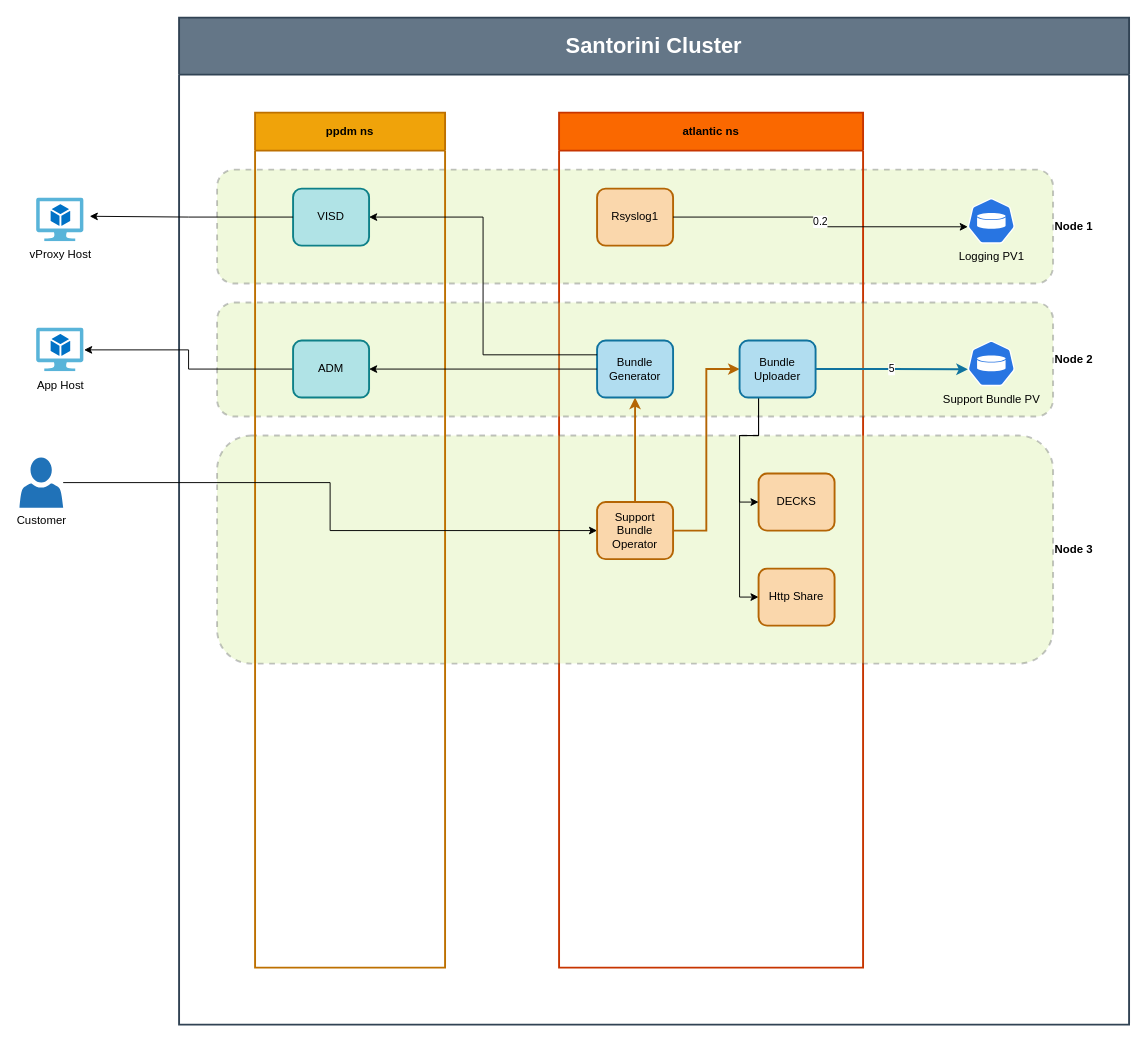
Before: page "Logging Solution" (15 of 15) of st/K8S_Logging.drawio in gaivin/drawio, a draw.io diagram. Source tidied: cells renumbered, new cells numbered last; positions are measured from the earlier drawing's top-left corner, leaving out a move shared by most shapes. Both pictures are drawn from the tidied source at 95%, with x=0, y=0 at pixel (19, 17).
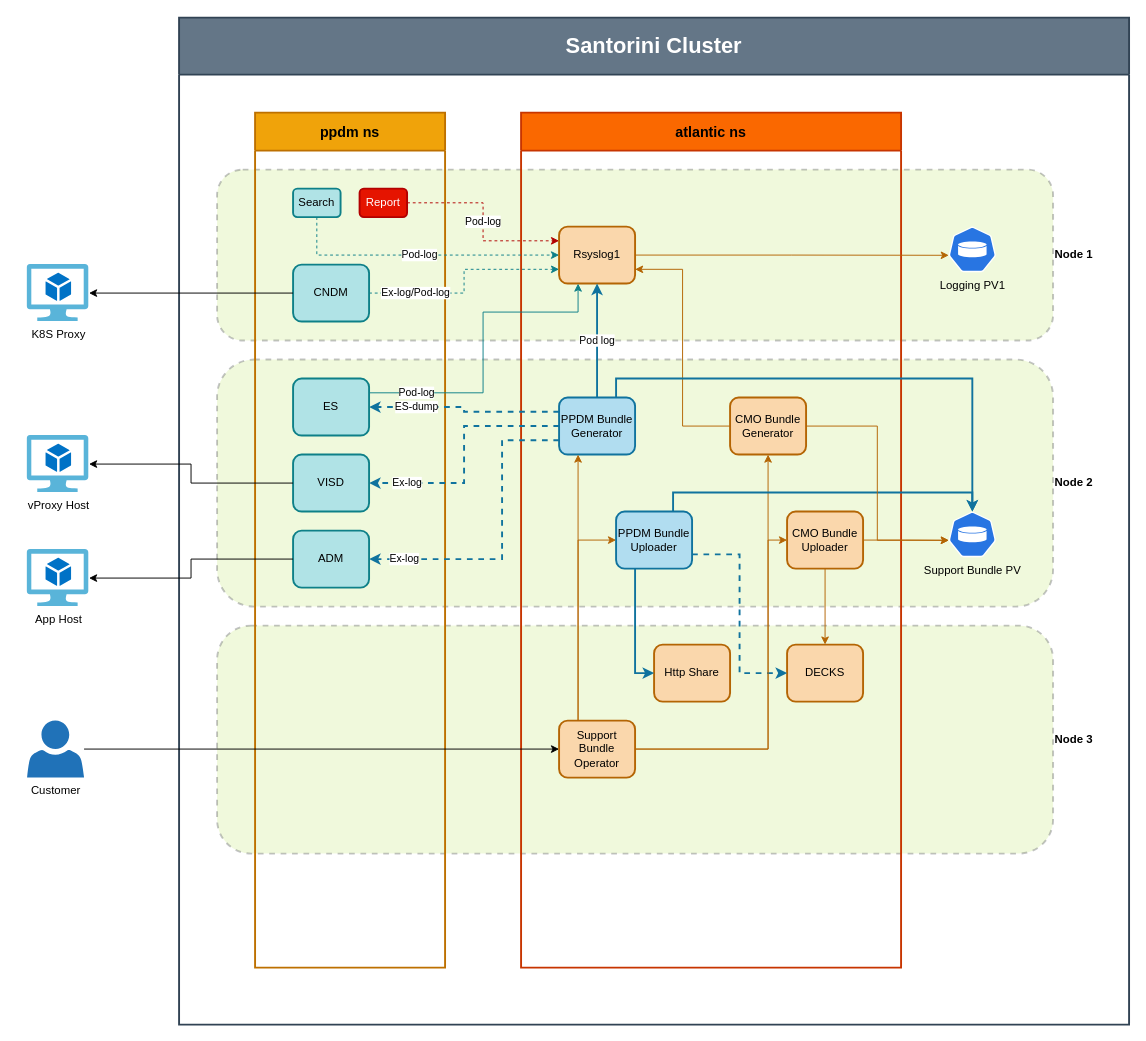
Above is the later version.

The change refers to these unchanged cells:
```xml
<mxCell id="2" value="Santorini Cluster" style="swimlane;whiteSpace=wrap;html=1;fillColor=#647687;strokeColor=#314354;strokeWidth=2;startSize=60;fontColor=#ffffff;fontSize=23;" parent="1" vertex="1">
  <mxGeometry x="168" width="1000" height="1060" as="geometry" />
</mxCell>
```

The edit, as a diff of the source:
```diff
@@
+    <mxCell id="6" value="Node 3" style="rounded=1;whiteSpace=wrap;html=1;fillColor=#cdeb8b;strokeColor=#36393d;opacity=30;labelPosition=right;verticalLabelPosition=middle;align=left;verticalAlign=middle;dashed=1;strokeWidth=2;fontStyle=1;" parent="2" vertex="1">
+      <mxGeometry x="40" y="640" width="880" height="240" as="geometry" />
+    </mxCell>
+    <mxCell id="5" value="Node 2" style="rounded=1;whiteSpace=wrap;html=1;fillColor=#cdeb8b;strokeColor=#36393d;opacity=30;labelPosition=right;verticalLabelPosition=middle;align=left;verticalAlign=middle;dashed=1;strokeWidth=2;fontStyle=1;" parent="2" vertex="1">
+      <mxGeometry x="40" y="360" width="880" height="260" as="geometry" />
+    </mxCell>
     <mxCell id="3" value="Node 1" style="rounded=1;whiteSpace=wrap;html=1;fillColor=#cdeb8b;strokeColor=#36393d;opacity=30;labelPosition=right;verticalLabelPosition=middle;align=left;verticalAlign=middle;dashed=1;strokeWidth=2;fontStyle=1;" parent="2" vertex="1">
-      <mxGeometry x="40" y="160" width="880" height="120" as="geometry" />
+      <mxGeometry x="40" y="160" width="880" height="180" as="geometry" />
     </mxCell>
-    <mxCell id="4" value="atlantic ns" style="swimlane;whiteSpace=wrap;html=1;fillColor=#fa6800;fontColor=#000000;strokeColor=#C73500;strokeWidth=2;startSize=40;" parent="2" vertex="1">
-      <mxGeometry x="400" y="100" width="320" height="900" as="geometry" />
+    <mxCell id="4" value="atlantic ns" style="swimlane;whiteSpace=wrap;html=1;fillColor=#fa6800;fontColor=#000000;strokeColor=#C73500;strokeWidth=2;startSize=40;fontSize=15;" parent="2" vertex="1">
+      <mxGeometry x="360" y="100" width="400" height="900" as="geometry" />
     </mxCell>
-    <mxCell id="5" value="Node 2" style="rounded=1;whiteSpace=wrap;html=1;fillColor=#cdeb8b;strokeColor=#36393d;opacity=30;labelPosition=right;verticalLabelPosition=middle;align=left;verticalAlign=middle;dashed=1;strokeWidth=2;fontStyle=1;" parent="4" vertex="1">
-      <mxGeometry x="-360" y="200" width="880" height="120" as="geometry" />
-    </mxCell>
-    <mxCell id="6" value="Node 3" style="rounded=1;whiteSpace=wrap;html=1;fillColor=#cdeb8b;strokeColor=#36393d;opacity=30;labelPosition=right;verticalLabelPosition=middle;align=left;verticalAlign=middle;dashed=1;strokeWidth=2;fontStyle=1;" parent="4" vertex="1">
-      <mxGeometry x="-360" y="340" width="880" height="240" as="geometry" />
-    </mxCell>
+    <mxCell id="9" value="Support Bundle&lt;br&gt;Operator" style="rounded=1;whiteSpace=wrap;html=1;fillColor=#fad7ac;strokeColor=#b46504;strokeWidth=2;" parent="4" vertex="1">
+      <mxGeometry x="40" y="640" width="80" height="60" as="geometry" />
+    </mxCell>
+    <mxCell id="14" value="Rsyslog1" style="rounded=1;whiteSpace=wrap;html=1;fillColor=#fad7ac;strokeColor=#b46504;strokeWidth=2;" parent="4" vertex="1">
+      <mxGeometry x="40" y="120" width="80" height="60" as="geometry" />
+    </mxCell>
+    <mxCell id="18" value="Http Share" style="rounded=1;whiteSpace=wrap;html=1;fillColor=#fad7ac;strokeColor=#b46504;strokeWidth=2;" parent="4" vertex="1">
+      <mxGeometry x="140" y="560" width="80" height="60" as="geometry" />
+    </mxCell>
+    <mxCell id="32" value="CMO Bundle&lt;br&gt;Generator" style="rounded=1;whiteSpace=wrap;html=1;fillColor=#fad7ac;strokeColor=#b46504;strokeWidth=2;" parent="4" vertex="1">
+      <mxGeometry x="220" y="300" width="80" height="60" as="geometry" />
+    </mxCell>
+    <mxCell id="33" style="edgeStyle=orthogonalEdgeStyle;rounded=0;jettySize=auto;html=1;exitX=1;exitY=0.5;exitDx=0;exitDy=0;entryX=0.5;entryY=1;entryDx=0;entryDy=0;fillColor=#fad7ac;strokeColor=#b46504;strokeWidth=1;" parent="4" edge="1" source="9" target="32">
+      <mxGeometry relative="1" as="geometry" />
+    </mxCell>
+    <mxCell id="34" style="edgeStyle=orthogonalEdgeStyle;rounded=0;jettySize=auto;html=1;exitX=0;exitY=0.5;exitDx=0;exitDy=0;entryX=1;entryY=0.75;entryDx=0;entryDy=0;fillColor=#fad7ac;strokeColor=#b46504;" parent="4" edge="1" source="32" target="14">
+      <mxGeometry relative="1" as="geometry" />
+    </mxCell>
+    <mxCell id="15" value="PPDM Bundle&lt;br&gt;Generator" style="rounded=1;whiteSpace=wrap;html=1;fillColor=#b1ddf0;strokeColor=#10739e;strokeWidth=2;" parent="4" vertex="1">
+      <mxGeometry x="40" y="300" width="80" height="60" as="geometry" />
+    </mxCell>
+    <mxCell id="35" value="Pod log" style="edgeStyle=orthogonalEdgeStyle;rounded=0;jettySize=auto;html=1;exitX=0.5;exitY=0;exitDx=0;exitDy=0;fillColor=#b1ddf0;strokeColor=#10739e;strokeWidth=2;" parent="4" edge="1" source="15" target="14">
+      <mxGeometry relative="1" as="geometry" />
+    </mxCell>
-    <mxCell id="7" style="edgeStyle=orthogonalEdgeStyle;rounded=0;jettySize=auto;html=1;exitX=0.5;exitY=0;exitDx=0;exitDy=0;fillColor=#fad7ac;strokeColor=#b46504;strokeWidth=2;" parent="4" edge="1" source="9" target="15">
+    <mxCell id="7" style="edgeStyle=orthogonalEdgeStyle;rounded=0;jettySize=auto;html=1;exitX=0.25;exitY=0;exitDx=0;exitDy=0;fillColor=#fad7ac;strokeColor=#b46504;strokeWidth=1;entryX=0.25;entryY=1;entryDx=0;entryDy=0;" parent="4" edge="1" source="9" target="15">
       <mxGeometry relative="1" as="geometry" />
     </mxCell>
-    <mxCell id="8" style="edgeStyle=orthogonalEdgeStyle;rounded=0;jettySize=auto;html=1;exitX=1;exitY=0.5;exitDx=0;exitDy=0;entryX=0;entryY=0.5;entryDx=0;entryDy=0;fillColor=#fad7ac;strokeColor=#b46504;strokeWidth=2;" parent="4" edge="1" source="9" target="13">
-      <mxGeometry relative="1" as="geometry" />
-    </mxCell>
-    <mxCell id="9" value="Support Bundle&lt;br&gt;Operator" style="rounded=1;whiteSpace=wrap;html=1;fillColor=#fad7ac;strokeColor=#b46504;strokeWidth=2;" parent="4" vertex="1">
-      <mxGeometry x="40" y="410" width="80" height="60" as="geometry" />
-    </mxCell>
-    <mxCell id="10" value="DECKS" style="rounded=1;whiteSpace=wrap;html=1;fillColor=#fad7ac;strokeColor=#b46504;strokeWidth=2;" parent="4" vertex="1">
-      <mxGeometry x="210" y="380" width="80" height="60" as="geometry" />
-    </mxCell>
-    <mxCell id="11" style="edgeStyle=orthogonalEdgeStyle;rounded=0;jettySize=auto;html=1;exitX=0.25;exitY=1;exitDx=0;exitDy=0;entryX=0;entryY=0.5;entryDx=0;entryDy=0;" parent="4" edge="1" source="13" target="10">
-      <mxGeometry relative="1" as="geometry" />
-    </mxCell>
-    <mxCell id="12" style="edgeStyle=orthogonalEdgeStyle;rounded=0;jettySize=auto;html=1;exitX=0.25;exitY=1;exitDx=0;exitDy=0;entryX=0;entryY=0.5;entryDx=0;entryDy=0;" parent="4" edge="1" source="13" target="18">
-      <mxGeometry relative="1" as="geometry">
-        <Array as="points">
-          <mxPoint x="210" y="340" />
-          <mxPoint x="190" y="340" />
-          <mxPoint x="190" y="510" />
-        </Array>
-      </mxGeometry>
-    </mxCell>
-    <mxCell id="13" value="Bundle&lt;br&gt;Uploader" style="rounded=1;whiteSpace=wrap;html=1;fillColor=#b1ddf0;strokeColor=#10739e;strokeWidth=2;" parent="4" vertex="1">
-      <mxGeometry x="190" y="240" width="80" height="60" as="geometry" />
-    </mxCell>
-    <mxCell id="14" value="Rsyslog1" style="rounded=1;whiteSpace=wrap;html=1;fillColor=#fad7ac;strokeColor=#b46504;strokeWidth=2;" parent="4" vertex="1">
-      <mxGeometry x="40" y="80" width="80" height="60" as="geometry" />
-    </mxCell>
-    <mxCell id="15" value="Bundle&lt;br&gt;Generator" style="rounded=1;whiteSpace=wrap;html=1;fillColor=#b1ddf0;strokeColor=#10739e;strokeWidth=2;" parent="4" vertex="1">
-      <mxGeometry x="40" y="240" width="80" height="60" as="geometry" />
-    </mxCell>
-    <mxCell id="16" value="Support Bundle PV" style="sketch=0;html=1;dashed=0;whitespace=wrap;fillColor=#2875E2;strokeColor=#ffffff;points=[[0.005,0.63,0],[0.1,0.2,0],[0.9,0.2,0],[0.5,0,0],[0.995,0.63,0],[0.72,0.99,0],[0.5,1,0],[0.28,0.99,0]];verticalLabelPosition=bottom;align=center;verticalAlign=top;shape=mxgraph.kubernetes.icon;prIcon=pv;" parent="4" vertex="1">
-      <mxGeometry x="430" y="240" width="50" height="48" as="geometry" />
-    </mxCell>
-    <mxCell id="17" value="5" style="edgeStyle=orthogonalEdgeStyle;rounded=0;jettySize=auto;html=1;exitX=1;exitY=0.5;exitDx=0;exitDy=0;entryX=0.005;entryY=0.63;entryDx=0;entryDy=0;entryPerimeter=0;strokeWidth=2;fillColor=#b1ddf0;strokeColor=#10739e;" parent="4" edge="1" source="13" target="16">
-      <mxGeometry relative="1" as="geometry" />
-    </mxCell>
-    <mxCell id="18" value="Http Share" style="rounded=1;whiteSpace=wrap;html=1;fillColor=#fad7ac;strokeColor=#b46504;strokeWidth=2;" parent="4" vertex="1">
-      <mxGeometry x="210" y="480" width="80" height="60" as="geometry" />
-    </mxCell>
     <mxCell id="19" value="Logging PV1" style="sketch=0;html=1;dashed=0;whitespace=wrap;fillColor=#2875E2;strokeColor=#ffffff;points=[[0.005,0.63,0],[0.1,0.2,0],[0.9,0.2,0],[0.5,0,0],[0.995,0.63,0],[0.72,0.99,0],[0.5,1,0],[0.28,0.99,0]];verticalLabelPosition=bottom;align=center;verticalAlign=top;shape=mxgraph.kubernetes.icon;prIcon=pv;" parent="2" vertex="1">
-      <mxGeometry x="830" y="190" width="50" height="48" as="geometry" />
+      <mxGeometry x="810" y="220" width="50" height="48" as="geometry" />
     </mxCell>
-    <mxCell id="20" value="0.2" style="edgeStyle=orthogonalEdgeStyle;rounded=0;jettySize=auto;html=1;exitX=1;exitY=0.5;exitDx=0;exitDy=0;entryX=0.005;entryY=0.63;entryDx=0;entryDy=0;entryPerimeter=0;" parent="2" edge="1" source="14" target="19">
+    <mxCell id="20" style="edgeStyle=orthogonalEdgeStyle;rounded=0;jettySize=auto;html=1;exitX=1;exitY=0.5;exitDx=0;exitDy=0;entryX=0.005;entryY=0.63;entryDx=0;entryDy=0;entryPerimeter=0;fillColor=#fad7ac;strokeColor=#b46504;" parent="2" edge="1" source="14" target="19">
       <mxGeometry relative="1" as="geometry" />
     </mxCell>
-    <mxCell id="21" value="ppdm ns" style="swimlane;whiteSpace=wrap;html=1;fillColor=#f0a30a;fontColor=#000000;strokeColor=#BD7000;strokeWidth=2;startSize=40;" parent="2" vertex="1">
+    <mxCell id="21" value="ppdm ns" style="swimlane;whiteSpace=wrap;html=1;fillColor=#f0a30a;fontColor=#000000;strokeColor=#BD7000;strokeWidth=2;startSize=40;fontSize=15;" parent="2" vertex="1">
       <mxGeometry x="80" y="100" width="200" height="900" as="geometry" />
     </mxCell>
+    <mxCell id="36" value="CNDM" style="rounded=1;whiteSpace=wrap;html=1;fillColor=#b0e3e6;strokeColor=#0e8088;strokeWidth=2;" parent="21" vertex="1">
+      <mxGeometry x="40" y="160" width="80" height="60" as="geometry" />
+    </mxCell>
+    <mxCell id="37" value="Search" style="rounded=1;whiteSpace=wrap;html=1;fillColor=#b0e3e6;strokeColor=#0e8088;strokeWidth=2;" parent="21" vertex="1">
+      <mxGeometry x="40" y="80" width="50" height="30" as="geometry" />
+    </mxCell>
+    <mxCell id="38" value="Report" style="rounded=1;whiteSpace=wrap;html=1;fillColor=#e51400;strokeColor=#B20000;strokeWidth=2;fontColor=#ffffff;" parent="21" vertex="1">
+      <mxGeometry x="110" y="80" width="50" height="30" as="geometry" />
+    </mxCell>
     <mxCell id="22" value="VISD" style="rounded=1;whiteSpace=wrap;html=1;fillColor=#b0e3e6;strokeColor=#0e8088;strokeWidth=2;" parent="21" vertex="1">
-      <mxGeometry x="40" y="80" width="80" height="60" as="geometry" />
+      <mxGeometry x="40" y="360" width="80" height="60" as="geometry" />
     </mxCell>
-    <mxCell id="23" style="edgeStyle=orthogonalEdgeStyle;rounded=0;jettySize=auto;html=1;exitX=0;exitY=0.25;exitDx=0;exitDy=0;entryX=1;entryY=0.5;entryDx=0;entryDy=0;" parent="2" edge="1" source="15" target="22">
-      <mxGeometry relative="1" as="geometry" />
+    <mxCell id="23" value="Ex-log" style="edgeStyle=orthogonalEdgeStyle;rounded=0;jettySize=auto;html=1;exitX=0;exitY=0.5;exitDx=0;exitDy=0;fillColor=#b1ddf0;strokeColor=#10739e;strokeWidth=2;dashed=1;" parent="2" edge="1" source="15" target="22">
+      <mxGeometry x="0.69" relative="1" as="geometry" />
     </mxCell>
+    <mxCell id="10" value="DECKS" style="rounded=1;whiteSpace=wrap;html=1;fillColor=#fad7ac;strokeColor=#b46504;strokeWidth=2;" parent="2" vertex="1">
+      <mxGeometry x="640" y="660" width="80" height="60" as="geometry" />
+    </mxCell>
+    <mxCell id="11" style="edgeStyle=orthogonalEdgeStyle;rounded=0;jettySize=auto;html=1;exitX=0.25;exitY=1;exitDx=0;exitDy=0;entryX=0;entryY=0.5;entryDx=0;entryDy=0;fillColor=#b1ddf0;strokeColor=#10739e;strokeWidth=2;" parent="2" edge="1" source="13" target="18">
+      <mxGeometry relative="1" as="geometry" />
+    </mxCell>
+    <mxCell id="16" value="Support Bundle PV" style="sketch=0;html=1;dashed=0;whitespace=wrap;fillColor=#2875E2;strokeColor=#ffffff;points=[[0.005,0.63,0],[0.1,0.2,0],[0.9,0.2,0],[0.5,0,0],[0.995,0.63,0],[0.72,0.99,0],[0.5,1,0],[0.28,0.99,0]];verticalLabelPosition=bottom;align=center;verticalAlign=top;shape=mxgraph.kubernetes.icon;prIcon=pv;" parent="2" vertex="1">
+      <mxGeometry x="810" y="520" width="50" height="48" as="geometry" />
+    </mxCell>
+    <mxCell id="17" style="edgeStyle=orthogonalEdgeStyle;rounded=0;jettySize=auto;html=1;exitX=1;exitY=0.5;exitDx=0;exitDy=0;entryX=0.005;entryY=0.63;entryDx=0;entryDy=0;entryPerimeter=0;strokeWidth=1;fillColor=#fad7ac;strokeColor=#b46504;" parent="2" edge="1" source="48" target="16">
+      <mxGeometry relative="1" as="geometry" />
+    </mxCell>
+    <mxCell id="39" style="edgeStyle=orthogonalEdgeStyle;rounded=0;jettySize=auto;html=1;exitX=0.75;exitY=0;exitDx=0;exitDy=0;entryX=0.5;entryY=0;entryDx=0;entryDy=0;entryPerimeter=0;fillColor=#b1ddf0;strokeColor=#10739e;strokeWidth=2;" parent="2" edge="1" source="15" target="16">
+      <mxGeometry relative="1" as="geometry">
+        <Array as="points">
+          <mxPoint x="460" y="380" />
+          <mxPoint x="835" y="380" />
+        </Array>
+      </mxGeometry>
+    </mxCell>
+    <mxCell id="30" value="ADM" style="rounded=1;whiteSpace=wrap;html=1;fillColor=#b0e3e6;strokeColor=#0e8088;strokeWidth=2;" parent="2" vertex="1">
+      <mxGeometry x="120" y="540" width="80" height="60" as="geometry" />
+    </mxCell>
+    <mxCell id="31" value="Ex-log" style="edgeStyle=orthogonalEdgeStyle;rounded=0;jettySize=auto;html=1;exitX=0;exitY=0.75;exitDx=0;exitDy=0;entryX=1;entryY=0.5;entryDx=0;entryDy=0;strokeWidth=2;fillColor=#b1ddf0;strokeColor=#10739e;dashed=1;" parent="2" edge="1" source="15" target="30">
+      <mxGeometry x="0.77" relative="1" as="geometry">
+        <Array as="points">
+          <mxPoint x="340" y="445" />
+          <mxPoint x="340" y="570" />
+        </Array>
+      </mxGeometry>
+    </mxCell>
+    <mxCell id="40" value="Pod-log" style="edgeStyle=orthogonalEdgeStyle;rounded=0;jettySize=auto;html=1;exitX=1;exitY=0.5;exitDx=0;exitDy=0;entryX=0;entryY=0.25;entryDx=0;entryDy=0;fillColor=#e51400;strokeColor=#B20000;dashed=1;" parent="2" edge="1" source="38" target="14">
+      <mxGeometry relative="1" as="geometry" />
+    </mxCell>
+    <mxCell id="41" value="Ex-log/Pod-log" style="edgeStyle=orthogonalEdgeStyle;rounded=0;jettySize=auto;html=1;exitX=1;exitY=0.5;exitDx=0;exitDy=0;entryX=0;entryY=0.75;entryDx=0;entryDy=0;fillColor=#b0e3e6;strokeColor=#0e8088;dashed=1;" parent="2" edge="1" source="36" target="14">
+      <mxGeometry x="-0.56" relative="1" as="geometry" />
+    </mxCell>
+    <mxCell id="42" style="edgeStyle=orthogonalEdgeStyle;rounded=0;jettySize=auto;html=1;exitX=1;exitY=0.75;exitDx=0;exitDy=0;entryX=0;entryY=0.5;entryDx=0;entryDy=0;fillColor=#b1ddf0;strokeColor=#10739e;dashed=1;strokeWidth=2;" parent="2" edge="1" source="13" target="10">
+      <mxGeometry relative="1" as="geometry" />
+    </mxCell>
+    <mxCell id="13" value="PPDM Bundle&lt;br&gt;Uploader" style="rounded=1;whiteSpace=wrap;html=1;fillColor=#b1ddf0;strokeColor=#10739e;strokeWidth=2;" parent="2" vertex="1">
+      <mxGeometry x="460" y="520" width="80" height="60" as="geometry" />
+    </mxCell>
+    <mxCell id="8" style="edgeStyle=orthogonalEdgeStyle;rounded=0;jettySize=auto;html=1;exitX=0.25;exitY=0;exitDx=0;exitDy=0;entryX=0;entryY=0.5;entryDx=0;entryDy=0;fillColor=#fad7ac;strokeColor=#b46504;strokeWidth=1;" parent="2" edge="1" source="9" target="13">
+      <mxGeometry relative="1" as="geometry" />
+    </mxCell>
+    <mxCell id="43" value="ES-dump" style="edgeStyle=orthogonalEdgeStyle;rounded=0;jettySize=auto;html=1;exitX=0;exitY=0.25;exitDx=0;exitDy=0;entryX=1;entryY=0.5;entryDx=0;entryDy=0;dashed=1;fillColor=#b1ddf0;strokeColor=#10739e;strokeWidth=2;" parent="2" edge="1" source="15" target="51">
+      <mxGeometry x="0.51" relative="1" as="geometry" />
+    </mxCell>
+    <mxCell id="44" style="edgeStyle=orthogonalEdgeStyle;rounded=0;jettySize=auto;html=1;exitX=0.75;exitY=0;exitDx=0;exitDy=0;entryX=0.5;entryY=0;entryDx=0;entryDy=0;entryPerimeter=0;strokeWidth=2;fillColor=#b1ddf0;strokeColor=#10739e;" parent="2" edge="1" source="13" target="16">
+      <mxGeometry relative="1" as="geometry">
+        <Array as="points">
+          <mxPoint x="520" y="500" />
+          <mxPoint x="835" y="500" />
+        </Array>
+      </mxGeometry>
+    </mxCell>
+    <mxCell id="45" style="edgeStyle=elbowEdgeStyle;rounded=0;jettySize=auto;html=1;exitX=1;exitY=0.5;exitDx=0;exitDy=0;entryX=0;entryY=0.5;entryDx=0;entryDy=0;fillColor=#fad7ac;strokeColor=#b46504;strokeWidth=1;" parent="2" edge="1" source="9" target="48">
+      <mxGeometry relative="1" as="geometry">
+        <Array as="points">
+          <mxPoint x="620" y="660" />
+        </Array>
+      </mxGeometry>
+    </mxCell>
+    <mxCell id="46" style="edgeStyle=orthogonalEdgeStyle;rounded=0;jettySize=auto;html=1;exitX=1;exitY=0.5;exitDx=0;exitDy=0;entryX=0.005;entryY=0.63;entryDx=0;entryDy=0;entryPerimeter=0;fillColor=#fad7ac;strokeColor=#b46504;" parent="2" edge="1" source="32" target="16">
+      <mxGeometry relative="1" as="geometry" />
+    </mxCell>
+    <mxCell id="47" style="edgeStyle=orthogonalEdgeStyle;rounded=0;jettySize=auto;html=1;exitX=0.5;exitY=1;exitDx=0;exitDy=0;fillColor=#fad7ac;strokeColor=#b46504;entryX=0.5;entryY=0;entryDx=0;entryDy=0;" parent="2" edge="1" source="48" target="10">
+      <mxGeometry relative="1" as="geometry" />
+    </mxCell>
+    <mxCell id="48" value="CMO Bundle&lt;br&gt;Uploader" style="rounded=1;whiteSpace=wrap;html=1;fillColor=#fad7ac;strokeColor=#b46504;strokeWidth=2;" parent="2" vertex="1">
+      <mxGeometry x="640" y="520" width="80" height="60" as="geometry" />
+    </mxCell>
+    <mxCell id="49" value="Pod-log" style="edgeStyle=orthogonalEdgeStyle;rounded=0;jettySize=auto;html=1;exitX=0.5;exitY=1;exitDx=0;exitDy=0;entryX=0;entryY=0.5;entryDx=0;entryDy=0;fillColor=#b0e3e6;strokeColor=#0e8088;dashed=1;" parent="2" edge="1" source="37" target="14">
+      <mxGeometry relative="1" as="geometry" />
+    </mxCell>
+    <mxCell id="50" value="Pod-log" style="edgeStyle=orthogonalEdgeStyle;rounded=0;jettySize=auto;html=1;exitX=1;exitY=0.25;exitDx=0;exitDy=0;entryX=0.25;entryY=1;entryDx=0;entryDy=0;fillColor=#b0e3e6;strokeColor=#0e8088;" parent="2" edge="1" source="51" target="14">
+      <mxGeometry x="-0.7" relative="1" as="geometry">
+        <Array as="points">
+          <mxPoint x="320" y="395" />
+          <mxPoint x="320" y="310" />
+          <mxPoint x="420" y="310" />
+        </Array>
+      </mxGeometry>
+    </mxCell>
+    <mxCell id="51" value="ES" style="rounded=1;whiteSpace=wrap;html=1;fillColor=#b0e3e6;strokeColor=#0e8088;strokeWidth=2;" parent="2" vertex="1">
+      <mxGeometry x="120" y="380" width="80" height="60" as="geometry" />
+    </mxCell>
     <mxCell id="24" value="vProxy Host" style="image;sketch=0;html=1;points=[];align=center;fontSize=12;image=img/lib/mscae/Virtual_Machine_2.svg;" parent="1" vertex="1">
-      <mxGeometry x="18" y="190" width="50" height="46" as="geometry" />
+      <mxGeometry x="8" y="440" width="65.2" height="60" as="geometry" />
     </mxCell>
     <mxCell id="25" value="App Host" style="image;sketch=0;html=1;points=[];align=center;fontSize=12;image=img/lib/mscae/Virtual_Machine_2.svg;" parent="1" vertex="1">
-      <mxGeometry x="18" y="326.8" width="50" height="46" as="geometry" />
+      <mxGeometry x="8" y="560" width="65.2" height="60" as="geometry" />
     </mxCell>
@@
     <mxCell id="27" value="Customer" style="sketch=0;shadow=0;dashed=0;html=1;strokeColor=none;labelPosition=center;verticalLabelPosition=bottom;verticalAlign=top;outlineConnect=0;align=center;shape=mxgraph.office.users.user;fillColor=#2072B8;" parent="1" vertex="1">
-      <mxGeometry y="463" width="46" height="53" as="geometry" />
+      <mxGeometry x="8" y="740" width="60" height="60" as="geometry" />
     </mxCell>
-    <mxCell id="28" style="edgeStyle=orthogonalEdgeStyle;rounded=0;jettySize=auto;html=1;exitX=0;exitY=0.5;exitDx=0;exitDy=0;entryX=1.119;entryY=0.417;entryDx=0;entryDy=0;entryPerimeter=0;" parent="1" edge="1" source="22" target="24">
+    <mxCell id="28" style="edgeStyle=orthogonalEdgeStyle;rounded=0;jettySize=auto;html=1;exitX=0;exitY=0.5;exitDx=0;exitDy=0;" parent="1" edge="1" source="22" target="24">
       <mxGeometry relative="1" as="geometry" />
     </mxCell>
@@
-    <mxCell id="30" value="ADM" style="rounded=1;whiteSpace=wrap;html=1;fillColor=#b0e3e6;strokeColor=#0e8088;strokeWidth=2;" parent="1" vertex="1">
-      <mxGeometry x="288" y="340" width="80" height="60" as="geometry" />
-    </mxCell>
-    <mxCell id="31" style="edgeStyle=orthogonalEdgeStyle;rounded=0;jettySize=auto;html=1;" parent="1" edge="1" source="15" target="30">
-      <mxGeometry relative="1" as="geometry" />
-    </mxCell>
+    <mxCell id="52" value="K8S Proxy" style="image;sketch=0;html=1;points=[];align=center;fontSize=12;image=img/lib/mscae/Virtual_Machine_2.svg;" parent="1" vertex="1">
+      <mxGeometry x="8" y="260" width="65.2" height="60" as="geometry" />
+    </mxCell>
+    <mxCell id="53" style="edgeStyle=orthogonalEdgeStyle;rounded=0;jettySize=auto;html=1;exitX=0;exitY=0.5;exitDx=0;exitDy=0;" parent="1" edge="1" source="36" target="52">
+      <mxGeometry relative="1" as="geometry" />
+    </mxCell>
```
